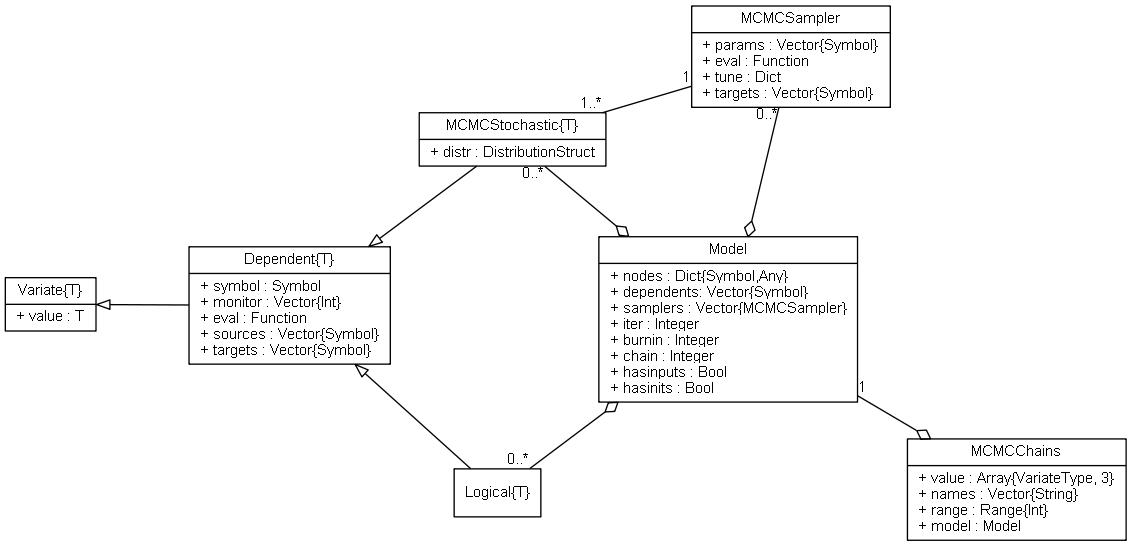
This is doc/images/mcmcUML.png from brian-j-smith/Mamba.jl, a Graphviz export, as it was before one commit. Its source is kept beside it as doc/images/mcmcUML.dot.
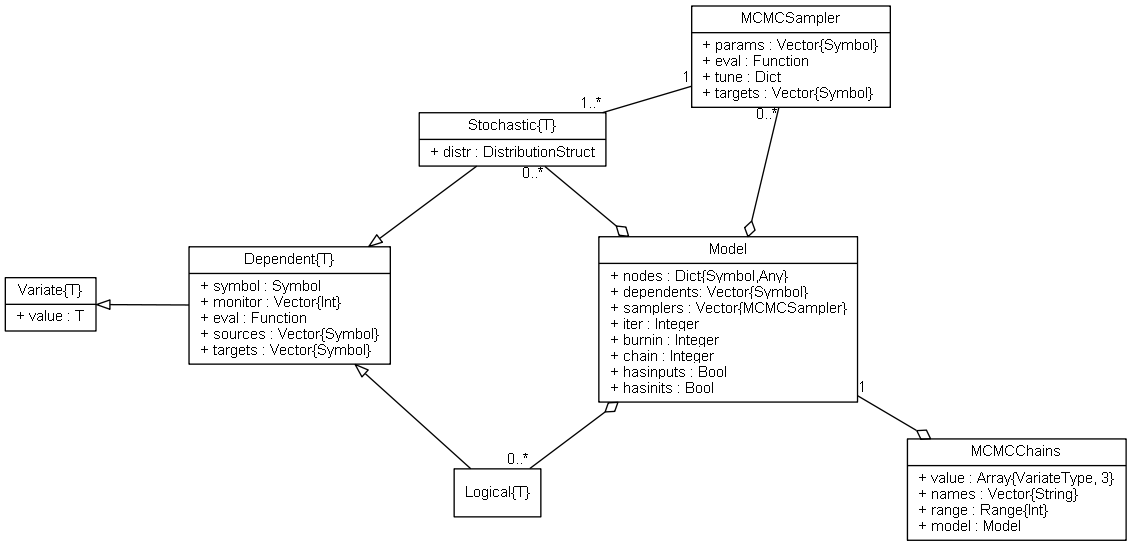
After the change.

The edit, as a diff of the source:
```diff
@@ -14,7 +14,7 @@
 
 	Logical [label = "{Logical\{T\}}"]
 
-	MCMCStochastic [label = "{MCMCStochastic\{T\}|+ distr : DistributionStruct\l}"]
+	Stochastic [label = "{Stochastic\{T\}|+ distr : DistributionStruct\l}"]
 
 	MCMCSampler [label = "{MCMCSampler|+ params : Vector\{Symbol\}\l+ eval : Function\l+ tune : Dict\l+ targets : Vector\{Symbol\}\l}"]
 
@@ -24,11 +24,11 @@
 
 	Dependent -- Variate[len = 0.9, arrowhead = empty]
 	Logical -- Dependent[arrowhead = empty]
-	MCMCStochastic -- Dependent[arrowhead = empty]
-	MCMCSampler -- MCMCStochastic[len = 1.2, taillabel = "1", headlabel = "1..*"]
+	Stochastic -- Dependent[arrowhead = empty]
+	MCMCSampler -- Stochastic[len = 1.2, taillabel = "1", headlabel = "1..*"]
 	Model -- MCMCSampler[arrowtail = odiamond, headlabel = "0..*"]
 	Model -- Logical[arrowtail = odiamond, headlabel = "0..*"]
-	Model -- MCMCStochastic[arrowtail = odiamond, headlabel = "0..*"]
+	Model -- Stochastic[arrowtail = odiamond, headlabel = "0..*"]
 	MCMCChains -- Model[len = 1.2, arrowtail = odiamond, headlabel = "1"]
 
 }
```
